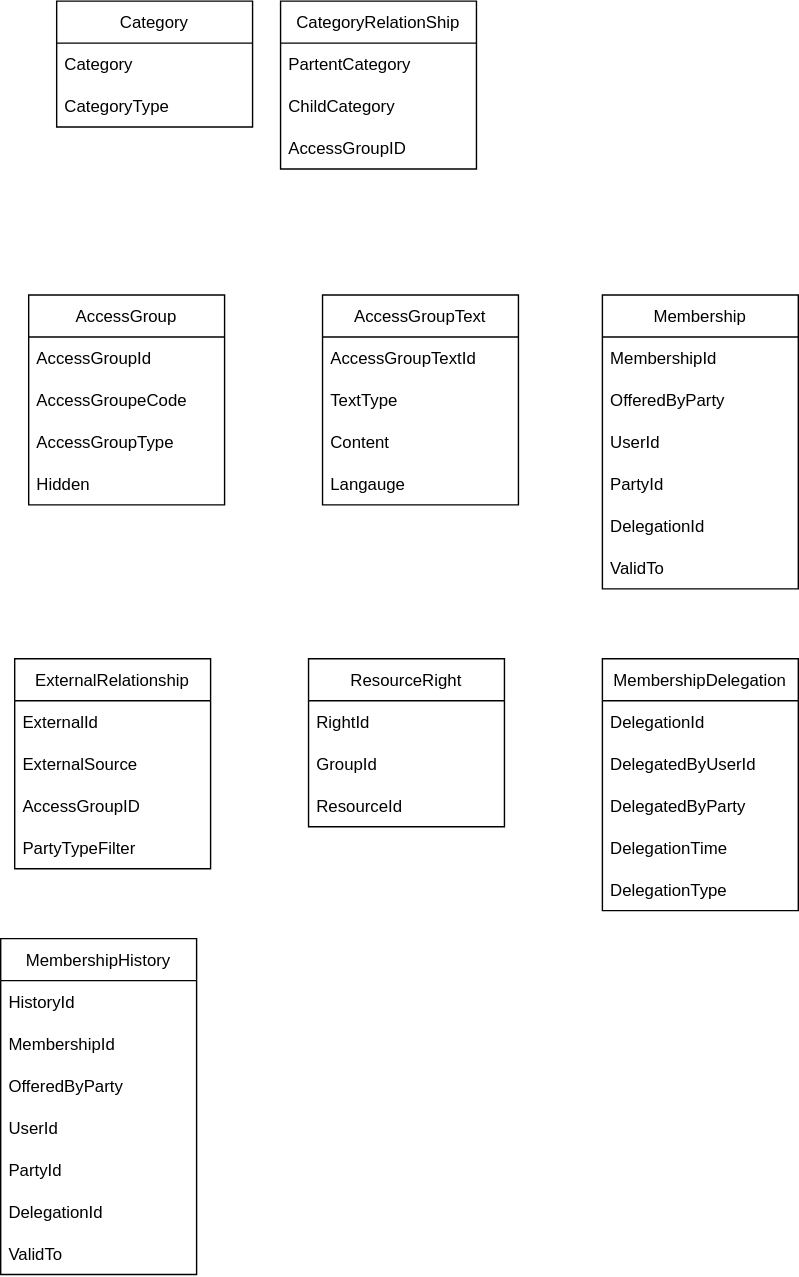
The draw.io diagram content/technology/architecture/components/application/solution/altinn-platform/authorization/accessgroups/dbmodel.drawio.svg in Altinn/altinn-studio-docs, before a commit. Source tidied: cells renumbered, new cells last; positions are measured from the earlier drawing's top-left corner, leaving out a move shared by most shapes.
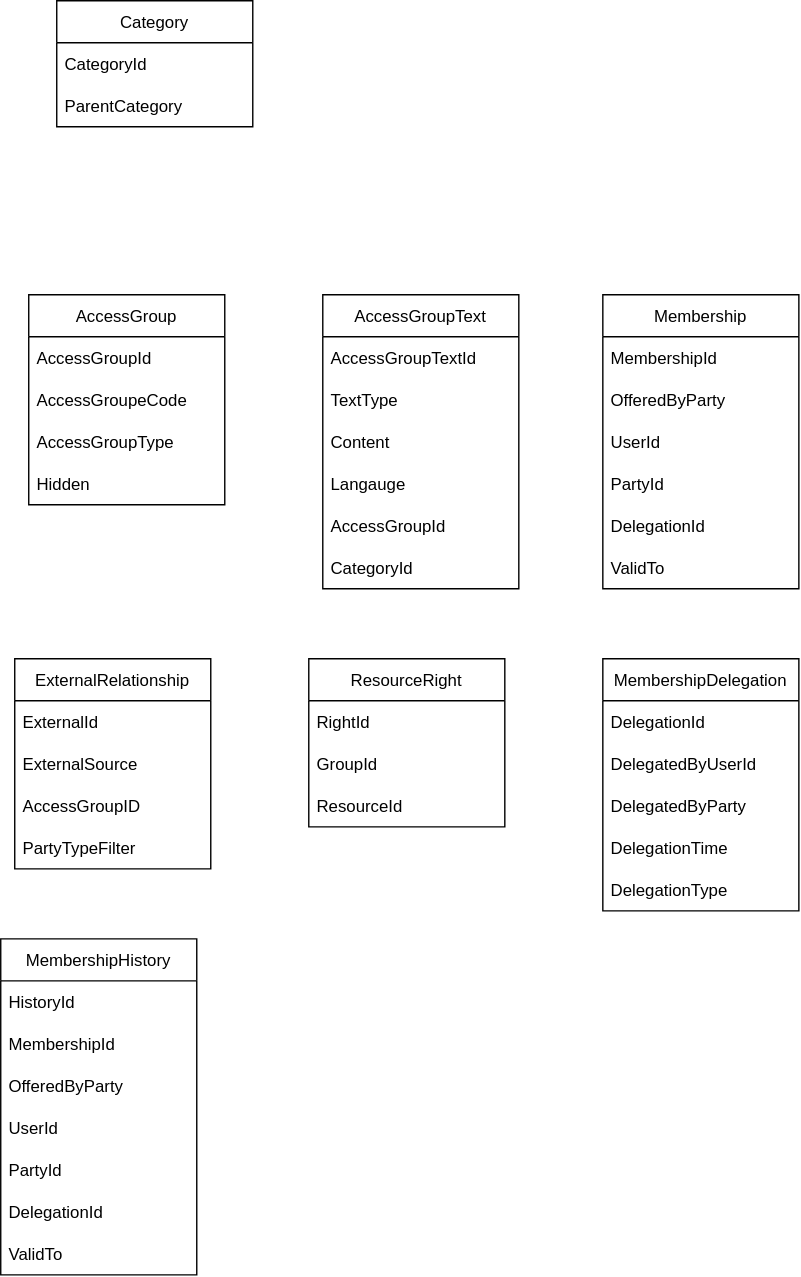
Above is the later version.

Diff of the diagram source:
```diff
@@ -18,7 +18,7 @@
       <mxGeometry y="120" width="140" height="30" as="geometry" />
     </mxCell>
     <mxCell id="7" value="AccessGroupText" style="swimlane;fontStyle=0;horizontal=1;startSize=30;" parent="1" vertex="1">
-      <mxGeometry x="230" y="210" width="140" height="150" as="geometry" />
+      <mxGeometry x="230" y="210" width="140" height="210" as="geometry" />
     </mxCell>
     <mxCell id="8" value="AccessGroupTextId" style="text;strokeColor=none;fillColor=none;align=left;verticalAlign=middle;spacingLeft=4;spacingRight=4;overflow=hidden;" parent="7" vertex="1">
       <mxGeometry y="30" width="140" height="30" as="geometry" />
@@ -32,6 +32,12 @@
     <mxCell id="11" value="Langauge" style="text;strokeColor=none;fillColor=none;align=left;verticalAlign=middle;spacingLeft=4;spacingRight=4;overflow=hidden;" parent="7" vertex="1">
       <mxGeometry y="120" width="140" height="30" as="geometry" />
     </mxCell>
+    <mxCell id="49" value="AccessGroupId" style="text;strokeColor=none;fillColor=none;align=left;verticalAlign=middle;spacingLeft=4;spacingRight=4;overflow=hidden;" parent="7" vertex="1">
+      <mxGeometry y="150" width="140" height="30" as="geometry" />
+    </mxCell>
+    <mxCell id="50" value="CategoryId" style="text;strokeColor=none;fillColor=none;align=left;verticalAlign=middle;spacingLeft=4;spacingRight=4;overflow=hidden;" parent="7" vertex="1">
+      <mxGeometry y="180" width="140" height="30" as="geometry" />
+    </mxCell>
     <mxCell id="12" value="ExternalRelationship" style="swimlane;fontStyle=0;horizontal=1;startSize=30;" parent="1" vertex="1">
       <mxGeometry x="10" y="470" width="140" height="150" as="geometry" />
     </mxCell>
@@ -125,23 +131,11 @@
     <mxCell id="42" value="Category" style="swimlane;fontStyle=0;horizontal=1;startSize=30;" parent="1" vertex="1">
       <mxGeometry x="40" width="140" height="90" as="geometry" />
     </mxCell>
-    <mxCell id="43" value="Category" style="text;strokeColor=none;fillColor=none;align=left;verticalAlign=middle;spacingLeft=4;spacingRight=4;overflow=hidden;" parent="42" vertex="1">
+    <mxCell id="43" value="CategoryId" style="text;strokeColor=none;fillColor=none;align=left;verticalAlign=middle;spacingLeft=4;spacingRight=4;overflow=hidden;" parent="42" vertex="1">
       <mxGeometry y="30" width="140" height="30" as="geometry" />
     </mxCell>
-    <mxCell id="44" value="CategoryType" style="text;strokeColor=none;fillColor=none;align=left;verticalAlign=middle;spacingLeft=4;spacingRight=4;overflow=hidden;" parent="42" vertex="1">
+    <mxCell id="44" value="ParentCategory" style="text;strokeColor=none;fillColor=none;align=left;verticalAlign=middle;spacingLeft=4;spacingRight=4;overflow=hidden;" parent="42" vertex="1">
       <mxGeometry y="60" width="140" height="30" as="geometry" />
     </mxCell>
-    <mxCell id="45" value="CategoryRelationShip" style="swimlane;fontStyle=0;horizontal=1;startSize=30;" parent="1" vertex="1">
-      <mxGeometry x="200" width="140" height="120" as="geometry" />
-    </mxCell>
-    <mxCell id="46" value="PartentCategory" style="text;strokeColor=none;fillColor=none;align=left;verticalAlign=middle;spacingLeft=4;spacingRight=4;overflow=hidden;" parent="45" vertex="1">
-      <mxGeometry y="30" width="140" height="30" as="geometry" />
-    </mxCell>
-    <mxCell id="47" value="ChildCategory" style="text;strokeColor=none;fillColor=none;align=left;verticalAlign=middle;spacingLeft=4;spacingRight=4;overflow=hidden;" parent="45" vertex="1">
-      <mxGeometry y="60" width="140" height="30" as="geometry" />
-    </mxCell>
-    <mxCell id="48" value="AccessGroupID" style="text;strokeColor=none;fillColor=none;align=left;verticalAlign=middle;spacingLeft=4;spacingRight=4;overflow=hidden;" parent="45" vertex="1">
-      <mxGeometry y="90" width="140" height="30" as="geometry" />
-    </mxCell>
   </root>
 </mxGraphModel>
```
